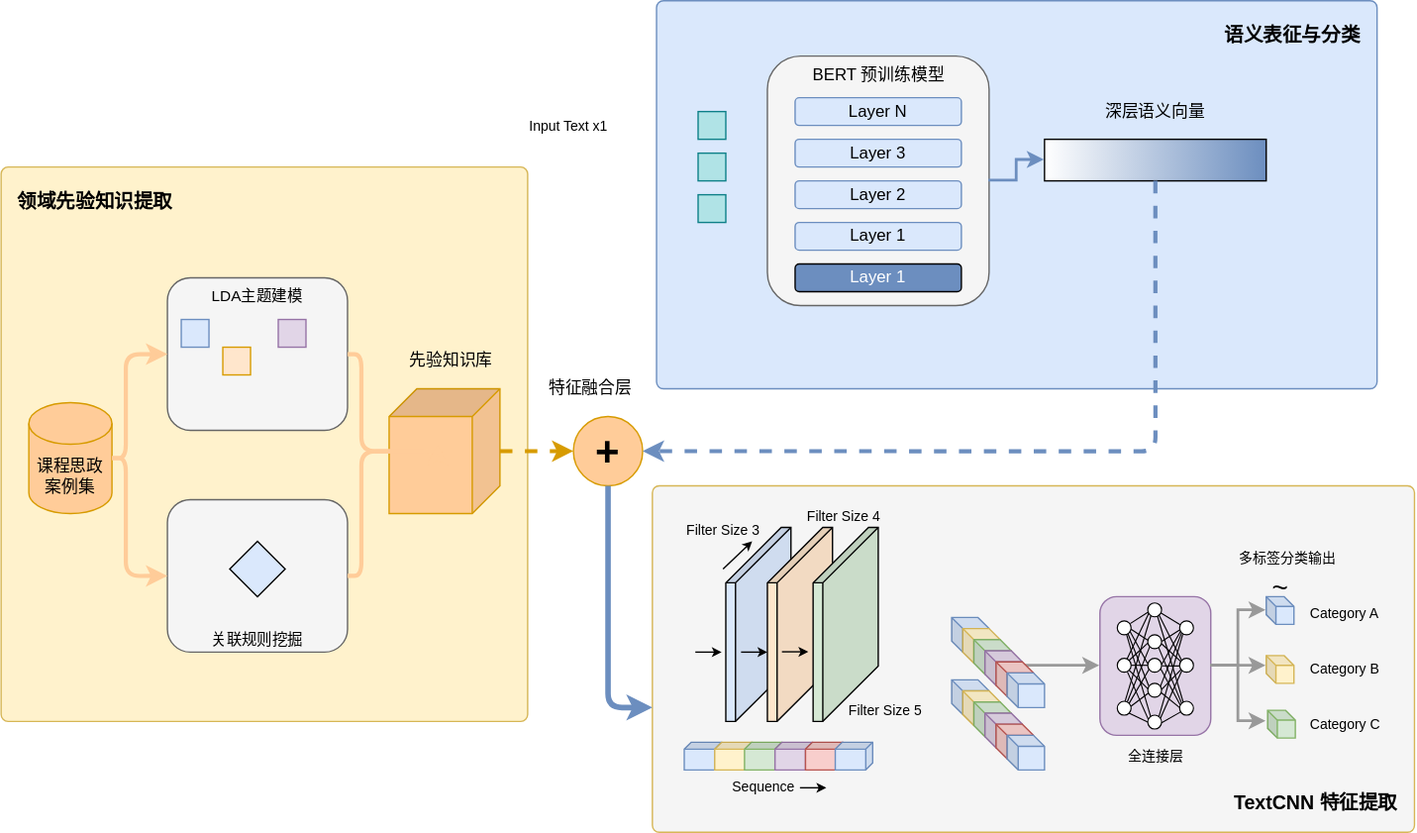
handsome-tony/picture keeps this draw.io diagram as 1.16小论文（思政元素）模型架构图.drawio.svg. Above is the earlier version. Source tidied: cells renumbered, new cells last; positions are measured from the earlier drawing's top-left corner, leaving out a move shared by most shapes.
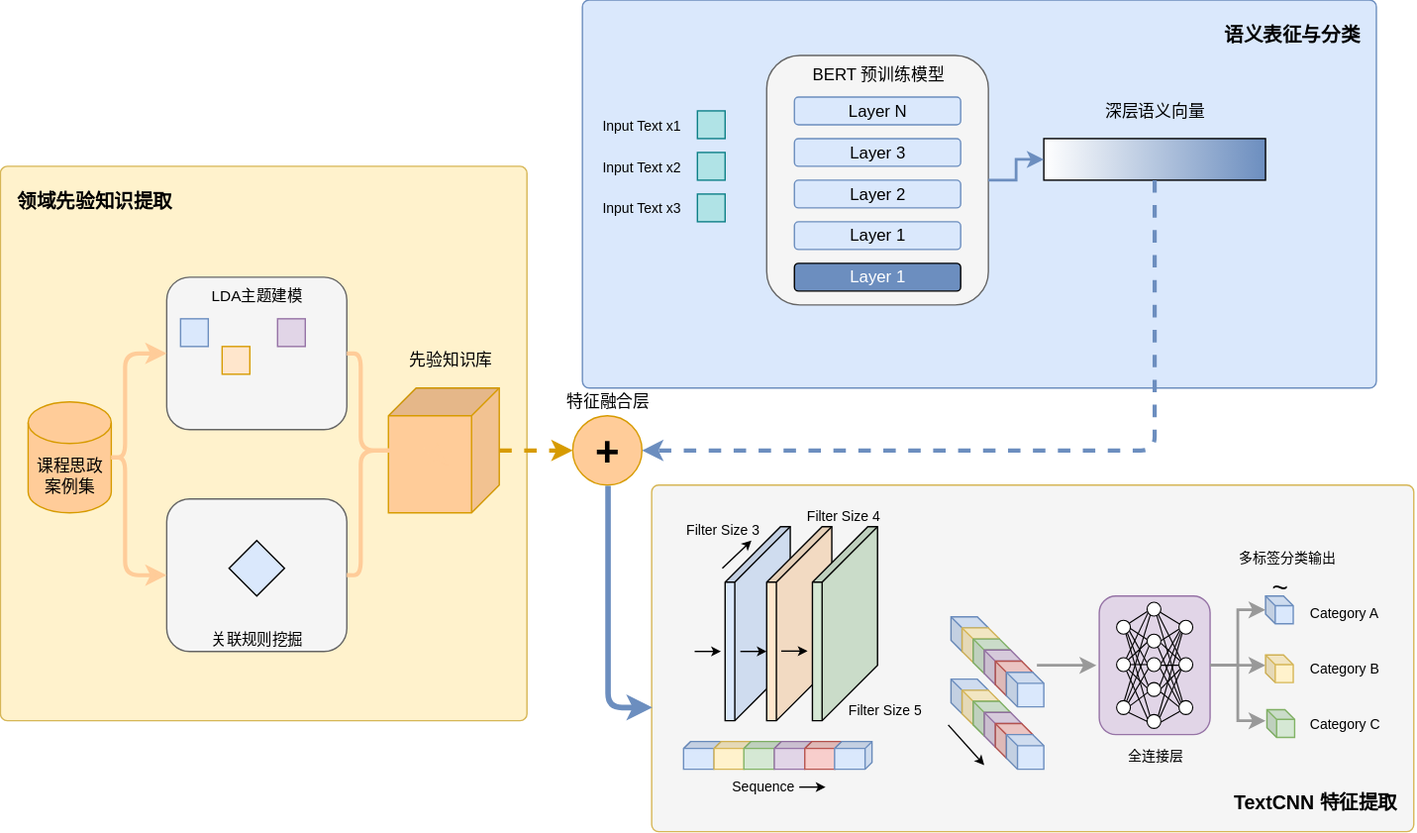
After the commit.

Commit message:
更新1.16小论文（思政元素）模型架构图.drawio.svg

Diff of the diagram source:
```diff
@@ -65,13 +65,13 @@
       </mxGeometry>
     </mxCell>
     <mxCell id="16" value="语义表征与分类" style="rounded=1;whiteSpace=wrap;html=1;absoluteArcSize=1;arcSize=10;fillColor=#DAE8FC;strokeColor=#6c8ebf;verticalAlign=top;align=right;spacingRight=10;spacingTop=10;fontSize=14;fontStyle=1;" parent="1" vertex="1">
-      <mxGeometry x="473" width="520" height="280" as="geometry" />
+      <mxGeometry x="420" width="573" height="280" as="geometry" />
     </mxCell>
     <mxCell id="17" style="rounded=0;whiteSpace=wrap;html=1;fillColor=#b0e3e6;strokeColor=#0e8088;" parent="1" vertex="1">
       <mxGeometry x="503" y="80" width="20" height="20" as="geometry" />
     </mxCell>
     <mxCell id="18" value="Input Text x1" style="text;html=1;strokeColor=none;fillColor=none;align=right;verticalAlign=middle;whiteSpace=wrap;rounded=0;fontSize=10;" parent="1" vertex="1">
-      <mxGeometry x="380" y="80" width="60" height="20" as="geometry" />
+      <mxGeometry x="433" y="80" width="60" height="20" as="geometry" />
     </mxCell>
     <mxCell id="19" style="rounded=0;whiteSpace=wrap;html=1;fillColor=#b0e3e6;strokeColor=#0e8088;" parent="1" vertex="1">
       <mxGeometry x="503" y="110" width="20" height="20" as="geometry" />
@@ -119,7 +119,7 @@
       <mxGeometry x="413" y="300" width="50" height="50" as="geometry" />
     </mxCell>
     <mxCell id="34" value="特征融合层" style="text;html=1;align=center;verticalAlign=middle;" parent="1" vertex="1">
-      <mxGeometry x="380" y="270" width="90" height="20" as="geometry" />
+      <mxGeometry x="393" y="280" width="90" height="20" as="geometry" />
     </mxCell>
     <mxCell id="35" style="edgeStyle=orthogonalEdgeStyle;rounded=0;jettySize=auto;html=1;strokeColor=#d79b00;strokeWidth=3;dashed=1;" parent="1" edge="1" source="10" target="33">
       <mxGeometry relative="1" as="geometry" />
@@ -171,9 +171,10 @@
     <mxCell id="48" value="~" style="text;html=1;align=center;fontSize=20;" parent="1" vertex="1">
       <mxGeometry x="913" y="405" width="20" height="20" as="geometry" />
     </mxCell>
-    <mxCell id="49" style="edgeStyle=orthogonalEdgeStyle;rounded=0;jettySize=auto;html=1;strokeColor=#999999;strokeWidth=2;" parent="1" edge="1" target="41">
+    <mxCell id="49" style="edgeStyle=orthogonalEdgeStyle;rounded=0;orthogonalLoop=1;jettySize=auto;html=1;strokeColor=#999999;strokeWidth=2;" parent="1" edge="1">
       <mxGeometry relative="1" as="geometry">
-        <mxPoint x="733" y="480" as="sourcePoint" />
+        <mxPoint x="748" y="480" as="sourcePoint" />
+        <mxPoint x="791" y="480" as="targetPoint" />
       </mxGeometry>
     </mxCell>
     <mxCell id="50" style="edgeStyle=orthogonalEdgeStyle;rounded=0;jettySize=auto;html=1;strokeColor=#999999;strokeWidth=2;" parent="1" edge="1" source="41" target="43">
@@ -443,5 +444,17 @@
     <mxCell id="122" style="shape=cube;whiteSpace=wrap;html=1;boundedLbl=1;backgroundOutline=1;size=7;fillColor=#d5e8d4;darkOpacity=0.05;darkOpacity2=0.1;strokeColor=#82b366;" parent="1" vertex="1">
       <mxGeometry x="914" y="512" width="20" height="20" as="geometry" />
     </mxCell>
+    <mxCell id="123" style="endArrow=classic;html=1;rounded=0;endSize=4;" parent="1" edge="1">
+      <mxGeometry relative="1" as="geometry">
+        <mxPoint x="684" y="523" as="sourcePoint" />
+        <mxPoint x="710" y="552" as="targetPoint" />
+      </mxGeometry>
+    </mxCell>
+    <mxCell id="124" value="Input Text x2" style="text;html=1;strokeColor=none;fillColor=none;align=right;verticalAlign=middle;whiteSpace=wrap;rounded=0;fontSize=10;" parent="1" vertex="1">
+      <mxGeometry x="433" y="110" width="60" height="20" as="geometry" />
+    </mxCell>
+    <mxCell id="125" value="Input Text x3" style="text;html=1;strokeColor=none;fillColor=none;align=right;verticalAlign=middle;whiteSpace=wrap;rounded=0;fontSize=10;" parent="1" vertex="1">
+      <mxGeometry x="433" y="140" width="60" height="20" as="geometry" />
+    </mxCell>
   </root>
 </mxGraphModel>
```
